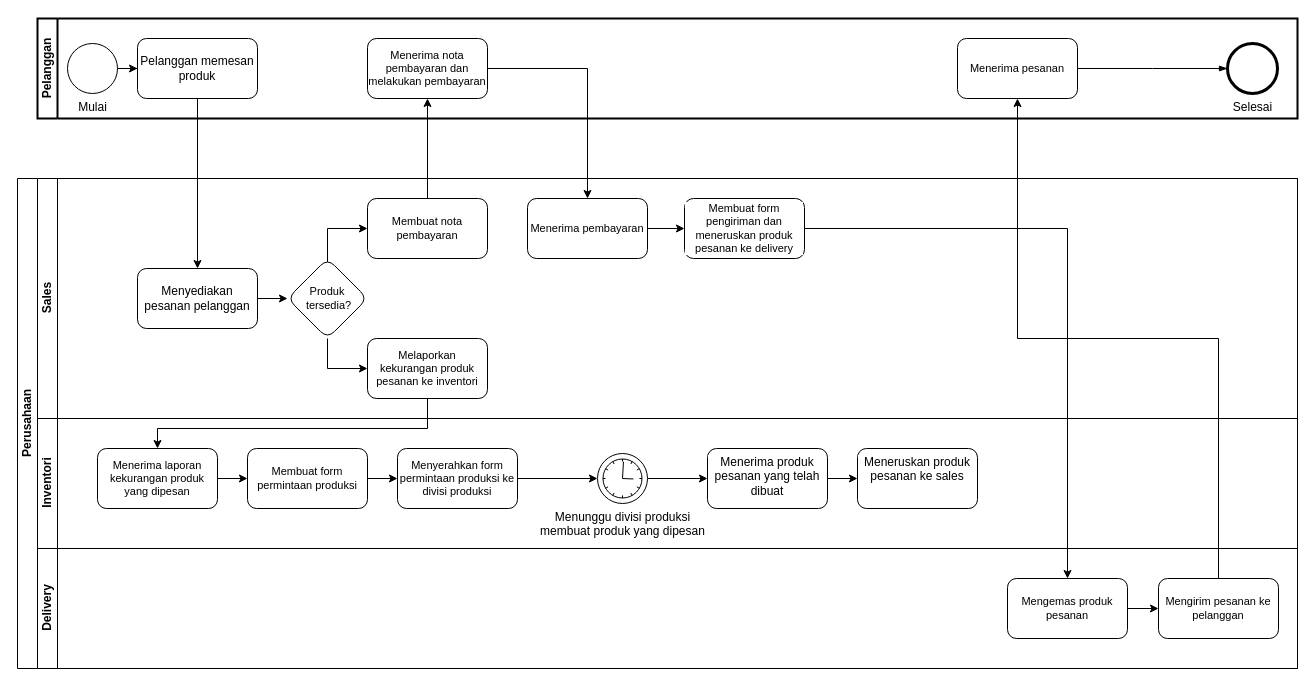
The draw.io diagram as is fix jual.drawio in FikaBaraka/Tugas-spring-boot, before the edit. Source tidied: cells renumbered, new cells numbered last; positions are measured from the earlier drawing's top-left corner, leaving out a move shared by most shapes. Both pictures are drawn from the tidied source at 100%, with x=0, y=0 at pixel (17, 18).
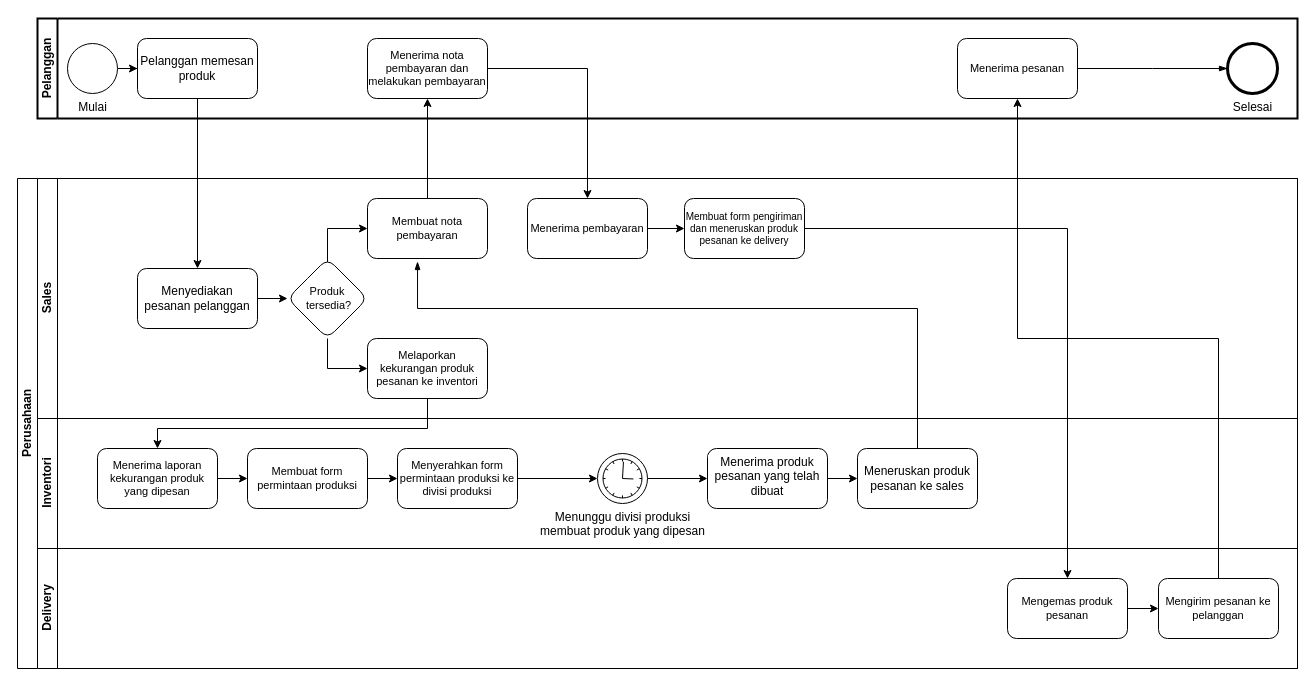
Above is the later version.

Unchanged cells that the change refers to:
```xml
<mxCell id="10" value="Perusahaan" style="swimlane;html=1;horizontal=0;startSize=20;whiteSpace=wrap;" parent="1" vertex="1">
  <mxGeometry y="160" width="1280" height="490" as="geometry" />
</mxCell>
<mxCell id="11" value="Sales" style="swimlane;html=1;startSize=20;horizontal=0;" parent="10" vertex="1">
  <mxGeometry x="20" width="1260" height="240" as="geometry" />
</mxCell>
<mxCell id="17" value="Membuat nota pembayaran" style="rounded=1;whiteSpace=wrap;html=1;fontSize=11;labelBackgroundColor=#ffffff;" parent="11" vertex="1">
  <mxGeometry x="330" y="20" width="120" height="60" as="geometry" />
</mxCell>
<mxCell id="22" value="Inventori" style="swimlane;html=1;startSize=20;horizontal=0;" parent="10" vertex="1">
  <mxGeometry x="20" y="240" width="1260" height="130" as="geometry" />
</mxCell>
```

The edit, as a diff of the source:
```diff
@@
-    <mxCell id="21" value="Membuat form pengiriman dan meneruskan produk pesanan ke delivery" style="rounded=1;whiteSpace=wrap;html=1;fontSize=11;labelBackgroundColor=#ffffff;" parent="11" vertex="1">
+    <mxCell id="21" value="Membuat form pengiriman dan meneruskan produk pesanan ke delivery" style="rounded=1;whiteSpace=wrap;html=1;fontSize=10;labelBackgroundColor=#ffffff;" parent="11" vertex="1">
       <mxGeometry x="647" y="20" width="120" height="60" as="geometry" />
     </mxCell>
@@
-    <mxCell id="33" value="Meneruskan produk pesanan ke sales" style="rounded=1;whiteSpace=wrap;html=1;verticalAlign=top;labelBackgroundColor=#ffffff;" parent="22" vertex="1">
+    <mxCell id="33" value="Meneruskan produk pesanan ke sales" style="rounded=1;whiteSpace=wrap;html=1;verticalAlign=middle;labelBackgroundColor=#ffffff;labelPosition=center;verticalLabelPosition=middle;align=center;" parent="22" vertex="1">
       <mxGeometry x="820" y="30" width="120" height="60" as="geometry" />
     </mxCell>
@@
+    <mxCell id="44" style="edgeStyle=elbowEdgeStyle;fontSize=12;html=1;endArrow=blockThin;endFill=1;rounded=0;exitX=0.5;exitY=0;exitDx=0;exitDy=0;entryX=0.417;entryY=1.05;entryDx=0;entryDy=0;entryPerimeter=0;elbow=vertical;" parent="10" edge="1" source="33" target="17">
+      <mxGeometry relative="1" as="geometry">
+        <Array as="points">
+          <mxPoint x="650" y="130" />
+        </Array>
+      </mxGeometry>
+    </mxCell>
```
